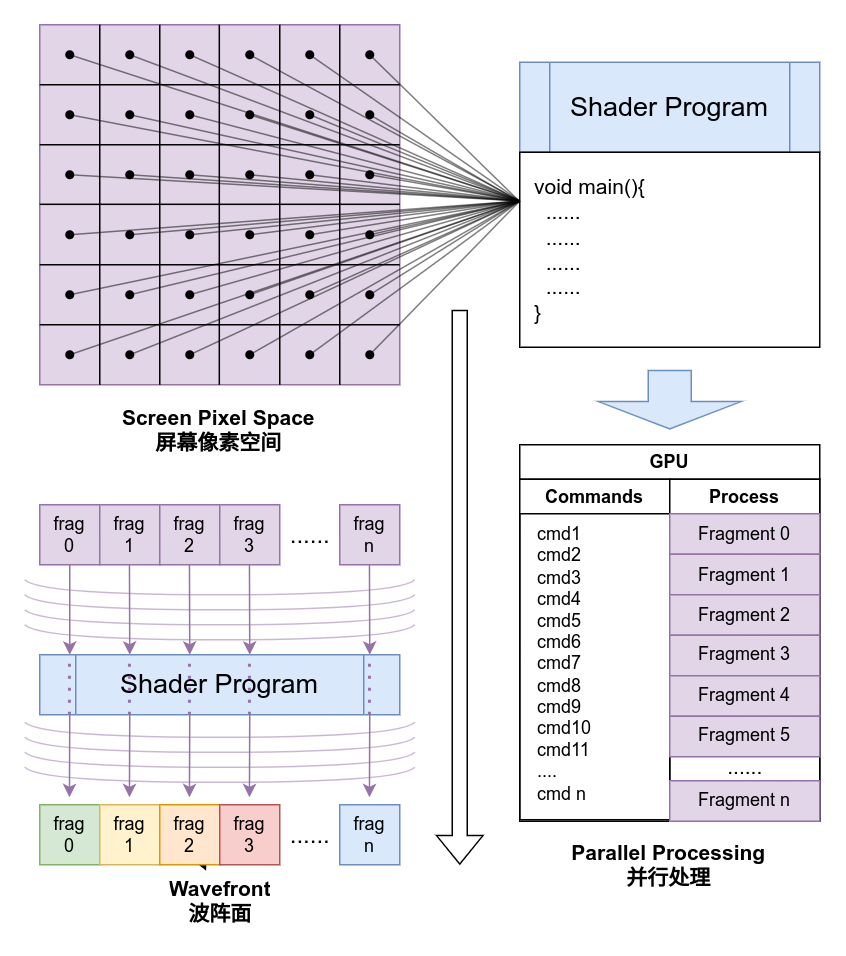
Above: docs/8-opengl/imgs/wavefront.png in learn-mindustry-mod/learn-mindustry-mod.github.io (draw.io), before the change. Source tidied: cells renumbered, new cells last; positions are measured from the earlier drawing's top-left corner, leaving out a move shared by most shapes.
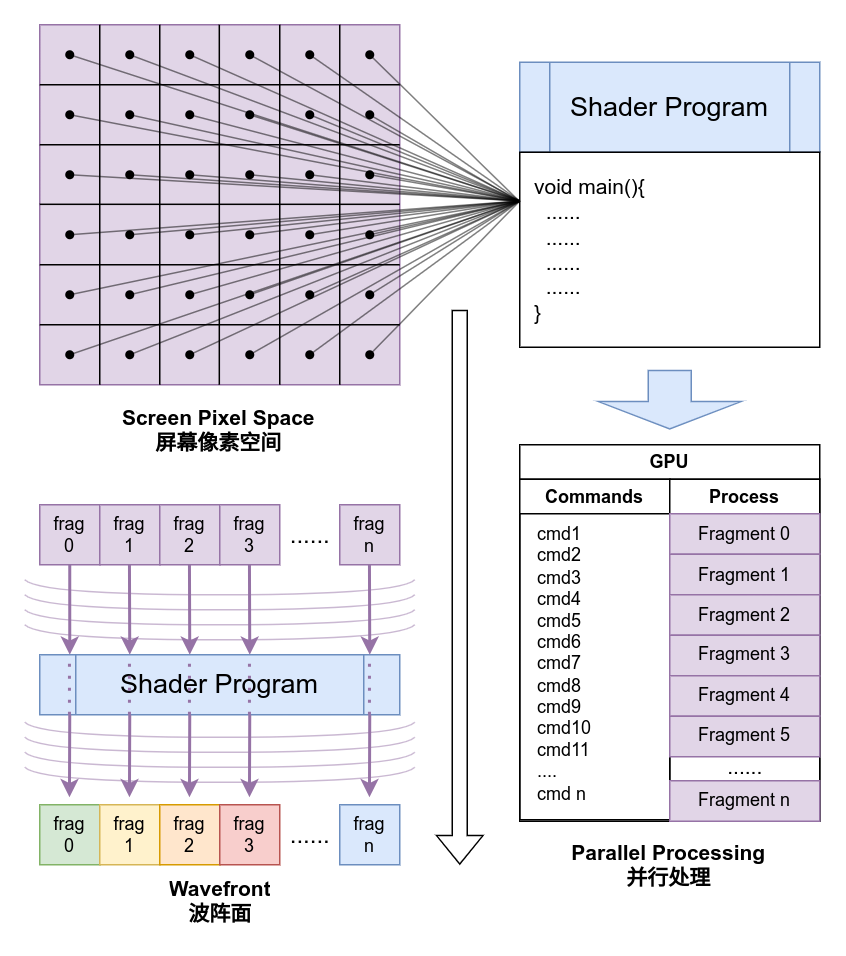
The same diagram one commit later.

The edit, as a diff of the source:
```diff
@@ -379,30 +379,30 @@
     <mxCell id="111" value="&lt;span style=&quot;font-size: 18px;&quot;&gt;Shader Program&lt;/span&gt;" style="shape=process;whiteSpace=wrap;html=1;backgroundOutline=1;fillColor=#dae8fc;strokeColor=#6c8ebf;" parent="1" vertex="1">
       <mxGeometry x="10" y="420" width="240" height="40" as="geometry" />
     </mxCell>
-    <mxCell id="112" style="endArrow=classic;html=1;rounded=0;exitX=0.5;exitY=1;exitDx=0;exitDy=0;fillColor=#e1d5e7;strokeColor=#9673a6;" parent="1" edge="1" source="104">
+    <mxCell id="112" style="endArrow=classic;html=1;rounded=0;exitX=0.5;exitY=1;exitDx=0;exitDy=0;fillColor=#e1d5e7;strokeColor=#9673a6;strokeWidth=2;" parent="1" edge="1" source="104">
       <mxGeometry relative="1" as="geometry">
         <mxPoint x="30" y="420" as="targetPoint" />
       </mxGeometry>
     </mxCell>
-    <mxCell id="113" style="endArrow=classic;html=1;rounded=0;exitX=0.5;exitY=1;exitDx=0;exitDy=0;fillColor=#e1d5e7;strokeColor=#9673a6;" parent="1" edge="1">
+    <mxCell id="113" style="endArrow=classic;html=1;rounded=0;exitX=0.5;exitY=1;exitDx=0;exitDy=0;fillColor=#e1d5e7;strokeColor=#9673a6;strokeWidth=2;" parent="1" edge="1">
       <mxGeometry relative="1" as="geometry">
         <mxPoint x="69.8" y="360" as="sourcePoint" />
         <mxPoint x="70" y="420" as="targetPoint" />
       </mxGeometry>
     </mxCell>
-    <mxCell id="114" style="endArrow=classic;html=1;rounded=0;exitX=0.5;exitY=1;exitDx=0;exitDy=0;fillColor=#e1d5e7;strokeColor=#9673a6;" parent="1" edge="1">
+    <mxCell id="114" style="endArrow=classic;html=1;rounded=0;exitX=0.5;exitY=1;exitDx=0;exitDy=0;fillColor=#e1d5e7;strokeColor=#9673a6;strokeWidth=2;" parent="1" edge="1">
       <mxGeometry relative="1" as="geometry">
         <mxPoint x="109.8" y="360" as="sourcePoint" />
         <mxPoint x="110" y="420" as="targetPoint" />
       </mxGeometry>
     </mxCell>
-    <mxCell id="115" style="endArrow=classic;html=1;rounded=0;exitX=0.5;exitY=1;exitDx=0;exitDy=0;fillColor=#e1d5e7;strokeColor=#9673a6;" parent="1" edge="1">
+    <mxCell id="115" style="endArrow=classic;html=1;rounded=0;exitX=0.5;exitY=1;exitDx=0;exitDy=0;fillColor=#e1d5e7;strokeColor=#9673a6;strokeWidth=2;" parent="1" edge="1">
       <mxGeometry relative="1" as="geometry">
         <mxPoint x="149.8" y="360" as="sourcePoint" />
         <mxPoint x="150" y="420" as="targetPoint" />
       </mxGeometry>
     </mxCell>
-    <mxCell id="116" style="endArrow=classic;html=1;rounded=0;exitX=0.5;exitY=1;exitDx=0;exitDy=0;fillColor=#e1d5e7;strokeColor=#9673a6;" parent="1" edge="1">
+    <mxCell id="116" style="endArrow=classic;html=1;rounded=0;exitX=0.5;exitY=1;exitDx=0;exitDy=0;fillColor=#e1d5e7;strokeColor=#9673a6;strokeWidth=2;" parent="1" edge="1">
       <mxGeometry relative="1" as="geometry">
         <mxPoint x="229.8" y="360" as="sourcePoint" />
         <mxPoint x="230" y="420" as="targetPoint" />
@@ -438,31 +438,31 @@
         <mxPoint x="229.8" y="420" as="targetPoint" />
       </mxGeometry>
     </mxCell>
-    <mxCell id="122" style="endArrow=classic;html=1;rounded=0;fillColor=#e1d5e7;strokeColor=#9673a6;" parent="1" edge="1">
+    <mxCell id="122" style="endArrow=classic;html=1;rounded=0;fillColor=#e1d5e7;strokeColor=#9673a6;strokeWidth=2;" parent="1" edge="1">
       <mxGeometry relative="1" as="geometry">
         <mxPoint x="30" y="460" as="sourcePoint" />
         <mxPoint x="29.8" y="515" as="targetPoint" />
       </mxGeometry>
     </mxCell>
-    <mxCell id="123" style="endArrow=classic;html=1;rounded=0;fillColor=#e1d5e7;strokeColor=#9673a6;" parent="1" edge="1">
+    <mxCell id="123" style="endArrow=classic;html=1;rounded=0;fillColor=#e1d5e7;strokeColor=#9673a6;strokeWidth=2;" parent="1" edge="1">
       <mxGeometry relative="1" as="geometry">
         <mxPoint x="70" y="460" as="sourcePoint" />
         <mxPoint x="69.8" y="515" as="targetPoint" />
       </mxGeometry>
     </mxCell>
-    <mxCell id="124" style="endArrow=classic;html=1;rounded=0;fillColor=#e1d5e7;strokeColor=#9673a6;" parent="1" edge="1">
+    <mxCell id="124" style="endArrow=classic;html=1;rounded=0;fillColor=#e1d5e7;strokeColor=#9673a6;strokeWidth=2;" parent="1" edge="1">
       <mxGeometry relative="1" as="geometry">
         <mxPoint x="110" y="460" as="sourcePoint" />
         <mxPoint x="109.8" y="515" as="targetPoint" />
       </mxGeometry>
     </mxCell>
-    <mxCell id="125" style="endArrow=classic;html=1;rounded=0;fillColor=#e1d5e7;strokeColor=#9673a6;" parent="1" edge="1">
+    <mxCell id="125" style="endArrow=classic;html=1;rounded=0;fillColor=#e1d5e7;strokeColor=#9673a6;strokeWidth=2;" parent="1" edge="1">
       <mxGeometry relative="1" as="geometry">
         <mxPoint x="150" y="460" as="sourcePoint" />
         <mxPoint x="149.8" y="515" as="targetPoint" />
       </mxGeometry>
     </mxCell>
-    <mxCell id="126" style="endArrow=classic;html=1;rounded=0;fillColor=#e1d5e7;strokeColor=#9673a6;" parent="1" edge="1">
+    <mxCell id="126" style="endArrow=classic;html=1;rounded=0;fillColor=#e1d5e7;strokeColor=#9673a6;strokeWidth=2;" parent="1" edge="1">
       <mxGeometry relative="1" as="geometry">
         <mxPoint x="230" y="460" as="sourcePoint" />
         <mxPoint x="229.8" y="515" as="targetPoint" />
@@ -474,9 +474,6 @@
     <mxCell id="128" value="frag&lt;div&gt;1&lt;/div&gt;" style="whiteSpace=wrap;html=1;fillColor=#fff2cc;strokeColor=#d6b656;" parent="1" vertex="1">
       <mxGeometry x="50" y="520" width="40" height="40" as="geometry" />
     </mxCell>
-    <mxCell id="129" style="edgeStyle=none;rounded=0;jettySize=auto;html=1;" parent="1" edge="1" source="130" target="143">
-      <mxGeometry relative="1" as="geometry" />
-    </mxCell>
     <mxCell id="130" value="frag&lt;div&gt;2&lt;/div&gt;" style="whiteSpace=wrap;html=1;fillColor=#ffe6cc;strokeColor=#d79b00;" parent="1" vertex="1">
       <mxGeometry x="90" y="520" width="40" height="40" as="geometry" />
     </mxCell>
```
